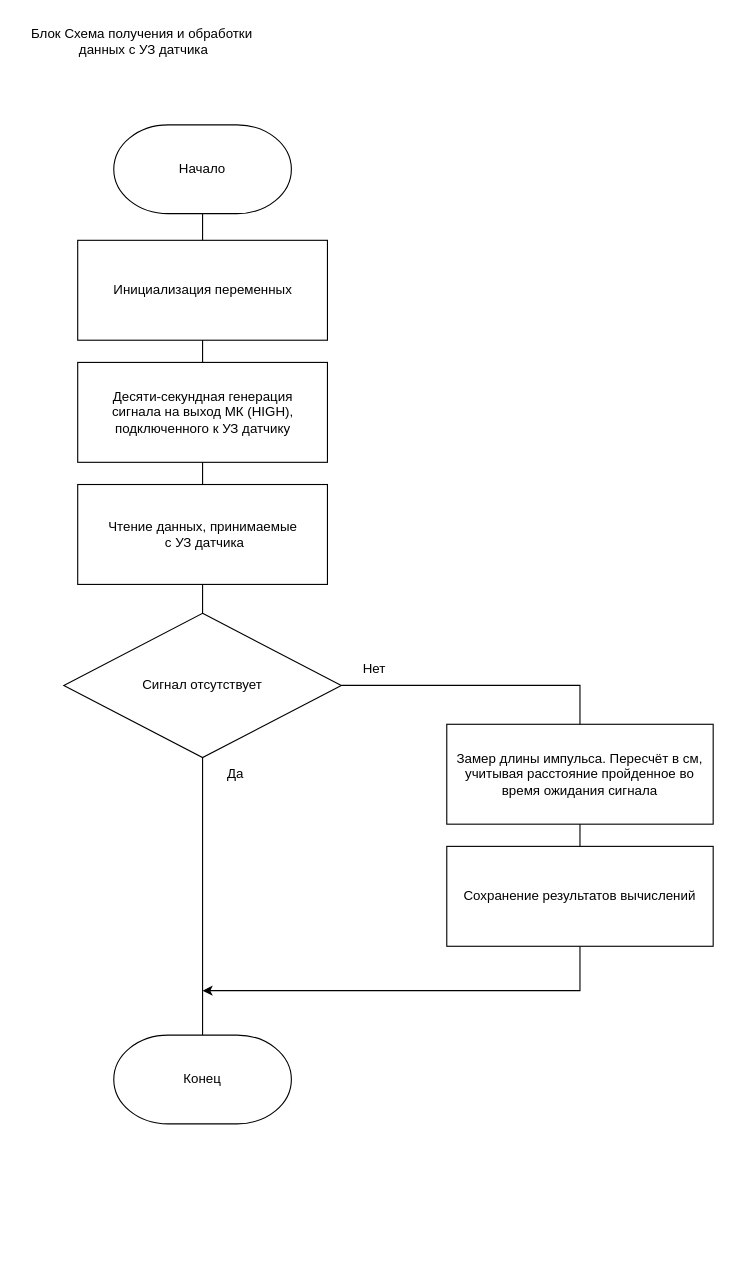
Earlier version of the draw.io diagram Наработки/Блок-схемы/Untitled Diagram 2.drawio (AlexRussellGit/VKR---Russell-Alexander). Source tidied: cells renumbered, new cells numbered last; positions are measured from the earlier drawing's top-left corner, leaving out a move shared by most shapes. Both pictures are drawn from the tidied source at 111%, with x=0, y=0 at pixel (19, 19).
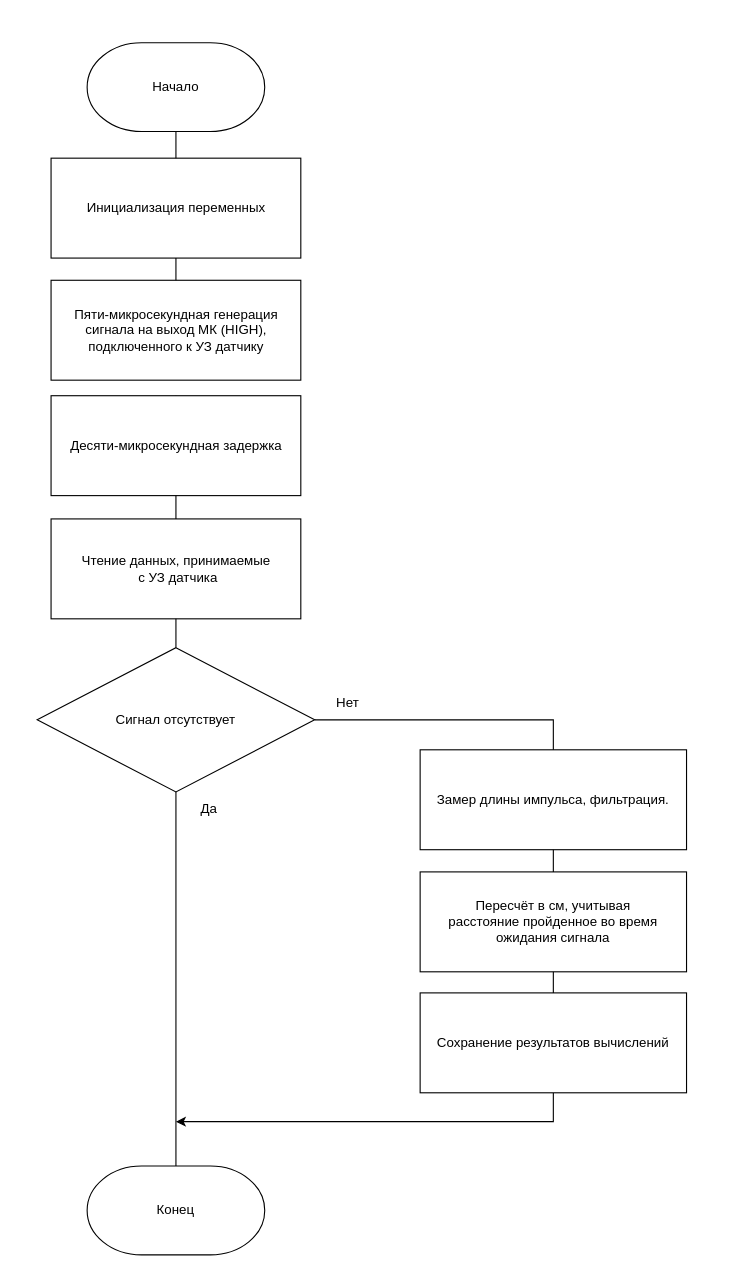
The same diagram, later.

Diff of the diagram source:
```diff
@@
-    <mxCell id="2" value="Блок Схема получения и обработки&lt;br&gt;&amp;nbsp;данных с УЗ датчика" style="text;html=1;align=center;verticalAlign=middle;strokeColor=none;fillColor=none;" parent="1" vertex="1">
-      <mxGeometry width="220" height="40" as="geometry" />
-    </mxCell>
     <mxCell id="3" value="Инициализация переменных" style="rounded=0;whiteSpace=wrap;html=1;" parent="1" vertex="1">
-      <mxGeometry x="52.5" y="199" width="225" height="90" as="geometry" />
+      <mxGeometry x="28.5" y="125" width="225" height="90" as="geometry" />
     </mxCell>
-    <mxCell id="4" value="Десяти-секундная генерация &lt;br&gt;сигнала на выход МК (HIGH),&lt;br&gt;подключенного к УЗ датчику" style="rounded=0;whiteSpace=wrap;html=1;" parent="1" vertex="1">
-      <mxGeometry x="52.5" y="309" width="225" height="90" as="geometry" />
+    <mxCell id="4" value="Пяти-микросекундная генерация &lt;br&gt;сигнала на выход МК (HIGH),&lt;br&gt;подключенного к УЗ датчику" style="rounded=0;whiteSpace=wrap;html=1;" parent="1" vertex="1">
+      <mxGeometry x="28.5" y="235" width="225" height="90" as="geometry" />
     </mxCell>
     <mxCell id="5" value="Сигнал отсутствует" style="rhombus;whiteSpace=wrap;html=1;" parent="1" vertex="1">
-      <mxGeometry x="40" y="535" width="250" height="130" as="geometry" />
+      <mxGeometry x="16" y="566" width="250" height="130" as="geometry" />
     </mxCell>
     <mxCell id="6" value="Чтение данных, принимаемые&lt;br&gt;&amp;nbsp;с УЗ датчика" style="rounded=0;whiteSpace=wrap;html=1;" parent="1" vertex="1">
-      <mxGeometry x="52.5" y="419" width="225" height="90" as="geometry" />
+      <mxGeometry x="28.5" y="450" width="225" height="90" as="geometry" />
     </mxCell>
     <mxCell id="7" value="Начало" style="strokeWidth=1;html=1;shape=mxgraph.flowchart.terminator;whiteSpace=wrap;" parent="1" vertex="1">
-      <mxGeometry x="85" y="95" width="160" height="80" as="geometry" />
+      <mxGeometry x="61" y="21" width="160" height="80" as="geometry" />
     </mxCell>
     <mxCell id="8" value="Конец" style="strokeWidth=1;html=1;shape=mxgraph.flowchart.terminator;whiteSpace=wrap;" parent="1" vertex="1">
-      <mxGeometry x="85" y="915" width="160" height="80" as="geometry" />
+      <mxGeometry x="61" y="1033" width="160" height="80" as="geometry" />
     </mxCell>
-    <mxCell id="9" value="Замер длины импульса. Пересчёт в см, учитывая расстояние&amp;nbsp;пройденное во время ожидания сигнала" style="rounded=0;whiteSpace=wrap;html=1;" parent="1" vertex="1">
-      <mxGeometry x="385" y="635" width="240" height="90" as="geometry" />
+    <mxCell id="9" value="Замер длины импульса, фильтрация." style="rounded=0;whiteSpace=wrap;html=1;" parent="1" vertex="1">
+      <mxGeometry x="361" y="658" width="240" height="90" as="geometry" />
     </mxCell>
@@
-    <mxCell id="12" style="endArrow=none;html=1;rounded=0;entryX=0.5;entryY=1;entryDx=0;entryDy=0;exitX=0.5;exitY=0;exitDx=0;exitDy=0;" parent="1" edge="1" source="6" target="4">
-      <mxGeometry relative="1" as="geometry" />
+    <mxCell id="12" style="endArrow=none;html=1;rounded=0;entryX=0.5;entryY=1;entryDx=0;entryDy=0;exitX=0.5;exitY=0;exitDx=0;exitDy=0;startArrow=none;" parent="1" edge="1" source="23">
+      <mxGeometry relative="1" as="geometry">
+        <mxPoint x="141" y="351" as="targetPoint" />
+      </mxGeometry>
     </mxCell>
@@
     <mxCell id="14" style="endArrow=none;html=1;rounded=0;entryX=1;entryY=0.5;entryDx=0;entryDy=0;exitX=0.5;exitY=0;exitDx=0;exitDy=0;" parent="1" edge="1" source="9" target="5">
       <mxGeometry relative="1" as="geometry">
         <Array as="points">
-          <mxPoint x="505" y="600" />
+          <mxPoint x="481" y="631" />
         </Array>
       </mxGeometry>
     </mxCell>
@@
     <mxCell id="16" value="Да" style="text;html=1;strokeColor=none;fillColor=none;align=center;verticalAlign=middle;whiteSpace=wrap;rounded=0;" parent="1" vertex="1">
-      <mxGeometry x="165" y="665" width="60" height="30" as="geometry" />
+      <mxGeometry x="141" y="696" width="60" height="30" as="geometry" />
     </mxCell>
     <mxCell id="17" value="Нет" style="text;html=1;strokeColor=none;fillColor=none;align=center;verticalAlign=middle;whiteSpace=wrap;rounded=0;" parent="1" vertex="1">
-      <mxGeometry x="290" y="570" width="60" height="30" as="geometry" />
+      <mxGeometry x="266" y="601" width="60" height="30" as="geometry" />
     </mxCell>
     <mxCell id="18" style="edgeStyle=orthogonalEdgeStyle;rounded=0;jettySize=auto;html=1;" parent="1" edge="1" source="19">
       <mxGeometry relative="1" as="geometry">
-        <mxPoint x="165" y="875" as="targetPoint" />
+        <mxPoint x="141" y="993" as="targetPoint" />
         <Array as="points">
-          <mxPoint x="505" y="875" />
+          <mxPoint x="481" y="993" />
         </Array>
       </mxGeometry>
     </mxCell>
     <mxCell id="19" value="Сохранение результатов вычислений" style="rounded=0;whiteSpace=wrap;html=1;" parent="1" vertex="1">
-      <mxGeometry x="385" y="745" width="240" height="90" as="geometry" />
+      <mxGeometry x="361" y="877" width="240" height="90" as="geometry" />
     </mxCell>
-    <mxCell id="20" style="endArrow=none;html=1;rounded=0;entryX=0.5;entryY=1;entryDx=0;entryDy=0;exitX=0.5;exitY=0;exitDx=0;exitDy=0;" parent="1" edge="1" source="19" target="9">
-      <mxGeometry relative="1" as="geometry" />
+    <mxCell id="20" style="endArrow=none;html=1;rounded=0;entryX=0.5;entryY=1;entryDx=0;entryDy=0;exitX=0.5;exitY=0;exitDx=0;exitDy=0;" parent="1" edge="1" source="19">
+      <mxGeometry relative="1" as="geometry">
+        <mxPoint x="481" y="857" as="targetPoint" />
+      </mxGeometry>
     </mxCell>
+    <mxCell id="21" value="&lt;span style=&quot;&quot;&gt;Пересчёт в см, учитывая расстояние&amp;nbsp;пройденное во время ожидания сигнала&lt;/span&gt;" style="rounded=0;whiteSpace=wrap;html=1;" parent="1" vertex="1">
+      <mxGeometry x="361" y="768" width="240" height="90" as="geometry" />
+    </mxCell>
+    <mxCell id="22" style="endArrow=none;html=1;rounded=0;entryX=0.5;entryY=1;entryDx=0;entryDy=0;exitX=0.5;exitY=0;exitDx=0;exitDy=0;" parent="1" edge="1" source="21" target="9">
+      <mxGeometry relative="1" as="geometry" />
+    </mxCell>
+    <mxCell id="23" value="Десяти-микросекундная задержка" style="rounded=0;whiteSpace=wrap;html=1;" parent="1" vertex="1">
+      <mxGeometry x="28.5" y="339" width="225" height="90" as="geometry" />
+    </mxCell>
+    <mxCell id="24" style="endArrow=none;html=1;rounded=0;entryX=0.5;entryY=1;entryDx=0;entryDy=0;exitX=0.5;exitY=0;exitDx=0;exitDy=0;" parent="1" edge="1" source="6" target="23">
+      <mxGeometry relative="1" as="geometry" />
+    </mxCell>
```
